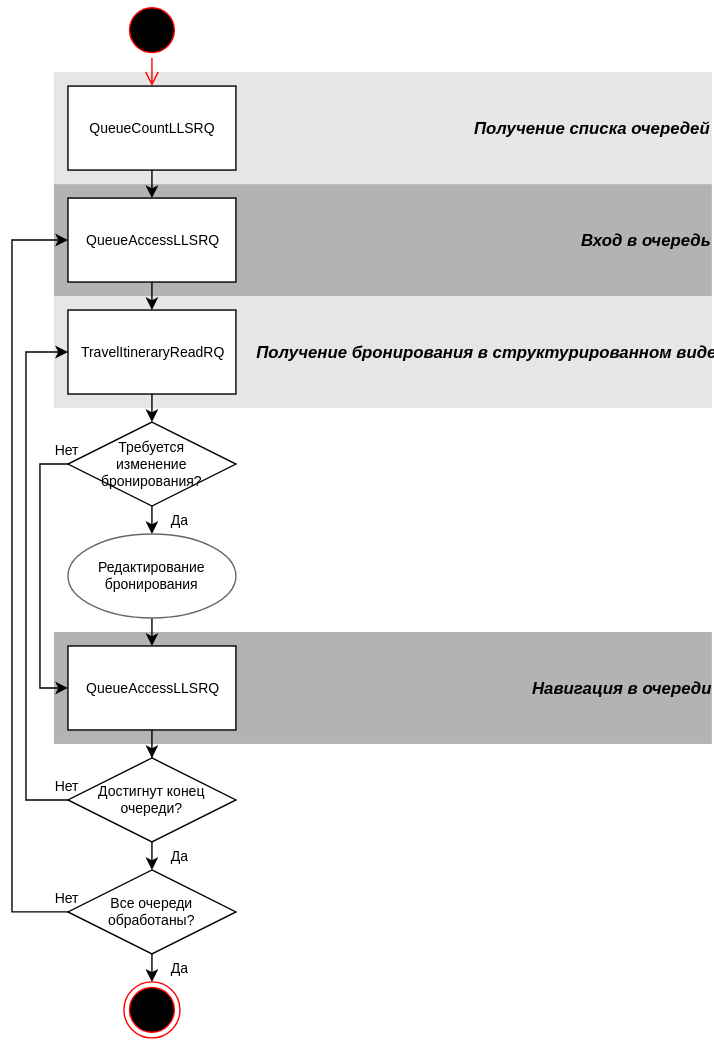
Earlier version of the draw.io export assets/svg/Queues/[RU]Queues-0[stateful].svg (andreypolyak/sabre-apis-ru). Source tidied: cells renumbered, new cells last; positions are measured from the earlier drawing's top-left corner, leaving out a move shared by most shapes. Source of this version:
```xml
<mxGraphModel background="#ffffff">
  <root>
    <mxCell id="0" />
    <mxCell id="1" parent="0" />
    <mxCell id="2" value="&lt;div style=&quot;text-align: right&quot;&gt;&lt;span style=&quot;font-size: 12px&quot;&gt;&lt;b&gt;&lt;i&gt;Вход в очередь&lt;/i&gt;&lt;/b&gt;&lt;/span&gt;&lt;/div&gt;" style="whiteSpace=wrap;html=1;fillColor=#B3B3B3;fontSize=10;strokeColor=none;align=right;" parent="1" vertex="1">
      <mxGeometry x="30" y="130" width="470" height="80" as="geometry" />
    </mxCell>
    <mxCell id="3" value="&lt;div style=&quot;text-align: right&quot;&gt;&lt;span&gt;&lt;b&gt;&lt;i&gt;&lt;font style=&quot;font-size: 12px&quot;&gt;Получение списка очередей&lt;/font&gt;&lt;/i&gt;&lt;/b&gt;&lt;/span&gt;&lt;br&gt;&lt;/div&gt;" style="whiteSpace=wrap;html=1;fillColor=#E6E6E6;fontSize=10;strokeColor=none;align=right;" parent="1" vertex="1">
      <mxGeometry x="30" y="50" width="470" height="80" as="geometry" />
    </mxCell>
    <mxCell id="4" value="&lt;div style=&quot;text-align: right&quot;&gt;&lt;span style=&quot;font-size: 12px&quot;&gt;&lt;b&gt;&lt;i&gt;Получение бронирования в структурированном виде&lt;/i&gt;&lt;/b&gt;&lt;/span&gt;&lt;/div&gt;" style="whiteSpace=wrap;html=1;fillColor=#E6E6E6;fontSize=10;strokeColor=none;align=right;" parent="1" vertex="1">
      <mxGeometry x="30" y="210" width="470" height="80" as="geometry" />
    </mxCell>
    <mxCell id="5" value="&lt;div style=&quot;text-align: right&quot;&gt;&lt;span style=&quot;font-size: 12px&quot;&gt;&lt;b&gt;&lt;i&gt;Навигация в очереди&lt;/i&gt;&lt;/b&gt;&lt;/span&gt;&lt;/div&gt;" style="whiteSpace=wrap;html=1;fillColor=#B3B3B3;fontSize=10;strokeColor=none;align=right;" parent="1" vertex="1">
      <mxGeometry x="30" y="450" width="470" height="80" as="geometry" />
    </mxCell>
    <mxCell id="6" style="edgeStyle=orthogonalEdgeStyle;rounded=0;html=1;exitX=0.5;exitY=1;entryX=0.5;entryY=0;labelBackgroundColor=none;startArrow=none;startFill=0;endArrow=classic;endFill=1;jettySize=auto;fontSize=8;fontColor=#000000;" parent="1" edge="1" source="7" target="9">
      <mxGeometry relative="1" as="geometry" />
    </mxCell>
    <mxCell id="7" value="QueueCountLLSRQ&lt;br&gt;" style="whiteSpace=wrap;html=1;rounded=0;fontSize=10;" parent="1" vertex="1">
      <mxGeometry x="40" y="60" width="120" height="60" as="geometry" />
    </mxCell>
    <mxCell id="8" style="edgeStyle=orthogonalEdgeStyle;rounded=0;html=1;exitX=0.5;exitY=1;entryX=0.5;entryY=0;labelBackgroundColor=none;startArrow=none;startFill=0;endArrow=classic;endFill=1;jettySize=auto;fontSize=8;fontColor=#000000;" parent="1" edge="1" source="9" target="11">
      <mxGeometry relative="1" as="geometry" />
    </mxCell>
    <mxCell id="9" value="QueueAccessLLSRQ&lt;br&gt;" style="whiteSpace=wrap;html=1;rounded=0;fontSize=10;" parent="1" vertex="1">
      <mxGeometry x="40" y="140" width="120" height="60" as="geometry" />
    </mxCell>
    <mxCell id="10" style="edgeStyle=orthogonalEdgeStyle;rounded=0;html=1;exitX=0.5;exitY=1;entryX=0.5;entryY=0;labelBackgroundColor=none;startArrow=none;startFill=0;endArrow=classic;endFill=1;jettySize=auto;fontSize=8;fontColor=#000000;" parent="1" edge="1" source="11" target="14">
      <mxGeometry relative="1" as="geometry" />
    </mxCell>
    <mxCell id="11" value="TravelItineraryReadRQ" style="whiteSpace=wrap;html=1;rounded=0;fontSize=10;" parent="1" vertex="1">
      <mxGeometry x="40" y="220" width="120" height="60" as="geometry" />
    </mxCell>
    <mxCell id="12" value="Да" style="edgeStyle=orthogonalEdgeStyle;rounded=0;html=1;exitX=0.5;exitY=1;entryX=0.5;entryY=0;labelBackgroundColor=none;startArrow=none;startFill=0;endArrow=classic;endFill=1;jettySize=auto;fontSize=10;fontColor=#000000;" parent="1" edge="1" source="14" target="16">
      <mxGeometry y="20" relative="1" as="geometry" />
    </mxCell>
    <mxCell id="13" value="&lt;font style=&quot;font-size: 10px;&quot;&gt;Нет&lt;/font&gt;" style="edgeStyle=orthogonalEdgeStyle;rounded=0;html=1;exitX=0;exitY=0.5;entryX=0;entryY=0.5;labelBackgroundColor=none;startArrow=none;startFill=0;endArrow=classic;endFill=1;jettySize=auto;fontSize=10;fontColor=#000000;" parent="1" edge="1" source="14" target="18">
      <mxGeometry x="-0.8" y="22" relative="1" as="geometry">
        <mxPoint x="-2" y="-10" as="offset" />
      </mxGeometry>
    </mxCell>
    <mxCell id="14" value="Требуется&lt;div&gt;изменение бронирования?&lt;/div&gt;" style="rhombus;whiteSpace=wrap;html=1;rounded=0;fontSize=10;" parent="1" vertex="1">
      <mxGeometry x="40" y="300" width="120" height="60" as="geometry" />
    </mxCell>
    <mxCell id="15" style="edgeStyle=orthogonalEdgeStyle;rounded=0;html=1;exitX=0.5;exitY=1;entryX=0.5;entryY=0;labelBackgroundColor=none;startArrow=none;startFill=0;endArrow=classic;endFill=1;jettySize=auto;fontSize=8;fontColor=#000000;" parent="1" edge="1" source="16" target="18">
      <mxGeometry relative="1" as="geometry" />
    </mxCell>
    <mxCell id="16" value="&lt;span&gt;&lt;font style=&quot;font-size: 10px&quot;&gt;Редактирование бронирования&lt;/font&gt;&lt;/span&gt;" style="ellipse;whiteSpace=wrap;html=1;strokeColor=#666666;fillColor=#FFFFFF;gradientColor=none;fontSize=8;fontColor=#000000;align=center;" parent="1" vertex="1">
      <mxGeometry x="40" y="380" width="120" height="60" as="geometry" />
    </mxCell>
    <mxCell id="17" style="edgeStyle=orthogonalEdgeStyle;rounded=0;html=1;exitX=0.5;exitY=1;labelBackgroundColor=none;startArrow=none;startFill=0;endArrow=classic;endFill=1;jettySize=auto;fontSize=8;fontColor=#000000;" parent="1" edge="1" source="18" target="21">
      <mxGeometry relative="1" as="geometry" />
    </mxCell>
    <mxCell id="18" value="QueueAccessLLSRQ" style="whiteSpace=wrap;html=1;rounded=0;fontSize=10;" parent="1" vertex="1">
      <mxGeometry x="40" y="460" width="120" height="60" as="geometry" />
    </mxCell>
    <mxCell id="19" value="Нет" style="edgeStyle=orthogonalEdgeStyle;rounded=0;html=1;exitX=0;exitY=0.5;entryX=0;entryY=0.5;labelBackgroundColor=none;startArrow=none;startFill=0;endArrow=classic;endFill=1;jettySize=auto;fontSize=10;fontColor=#000000;" parent="1" edge="1" source="21" target="11">
      <mxGeometry x="-0.79" y="-30" relative="1" as="geometry">
        <Array as="points">
          <mxPoint x="10" y="570" />
          <mxPoint x="10" y="250" />
        </Array>
      </mxGeometry>
    </mxCell>
    <mxCell id="20" value="Да" style="edgeStyle=orthogonalEdgeStyle;rounded=0;html=1;exitX=0.5;exitY=1;entryX=0.5;entryY=0;labelBackgroundColor=none;startArrow=none;startFill=0;endArrow=classic;endFill=1;jettySize=auto;fontSize=10;fontColor=#000000;" parent="1" edge="1" source="21" target="23">
      <mxGeometry y="20" relative="1" as="geometry" />
    </mxCell>
    <mxCell id="21" value="Достигнут конец очереди?" style="rhombus;whiteSpace=wrap;html=1;rounded=0;fontSize=10;" parent="1" vertex="1">
      <mxGeometry x="40" y="540" width="120" height="60" as="geometry" />
    </mxCell>
    <mxCell id="22" value="Нет" style="edgeStyle=orthogonalEdgeStyle;rounded=0;html=1;exitX=0;exitY=0.5;entryX=0;entryY=0.5;labelBackgroundColor=none;startArrow=none;startFill=0;endArrow=classic;endFill=1;jettySize=auto;fontSize=10;fontColor=#000000;" parent="1" edge="1" source="23" target="9">
      <mxGeometry x="-0.82" y="-40" relative="1" as="geometry">
        <Array as="points">
          <mxPoint y="650" />
          <mxPoint y="170" />
        </Array>
      </mxGeometry>
    </mxCell>
    <mxCell id="23" value="Все очереди обработаны?" style="rhombus;whiteSpace=wrap;html=1;rounded=0;fontSize=10;" parent="1" vertex="1">
      <mxGeometry x="40" y="620" width="120" height="60" as="geometry" />
    </mxCell>
    <mxCell id="24" style="ellipse;html=1;shape=endState;fillColor=#000000;strokeColor=#ff0000;rounded=0;fontSize=10;align=center;" parent="1" vertex="1">
      <mxGeometry x="80" y="700" width="40" height="40" as="geometry" />
    </mxCell>
    <mxCell id="25" value="Да" style="edgeStyle=orthogonalEdgeStyle;rounded=0;html=1;entryX=0.5;entryY=0;jettySize=auto;orthogonalLoop=1;exitX=0.5;exitY=1;fontSize=10;" parent="1" edge="1">
      <mxGeometry as="geometry">
        <mxPoint x="100" y="680" as="sourcePoint" />
        <mxPoint x="100" y="700" as="targetPoint" />
        <mxPoint x="20" as="offset" />
      </mxGeometry>
    </mxCell>
    <mxCell id="26" style="ellipse;html=1;shape=startState;fillColor=#000000;strokeColor=#ff0000;rounded=0;fontSize=10;align=center;" parent="1" vertex="1">
      <mxGeometry x="80" width="40" height="40" as="geometry" />
    </mxCell>
    <mxCell id="27" style="edgeStyle=orthogonalEdgeStyle;html=1;verticalAlign=bottom;endArrow=open;endSize=8;strokeColor=#ff0000;fontSize=10;" parent="1" edge="1" source="26">
      <mxGeometry x="360" y="160" as="geometry">
        <mxPoint x="100" y="60" as="targetPoint" />
      </mxGeometry>
    </mxCell>
  </root>
</mxGraphModel>
```
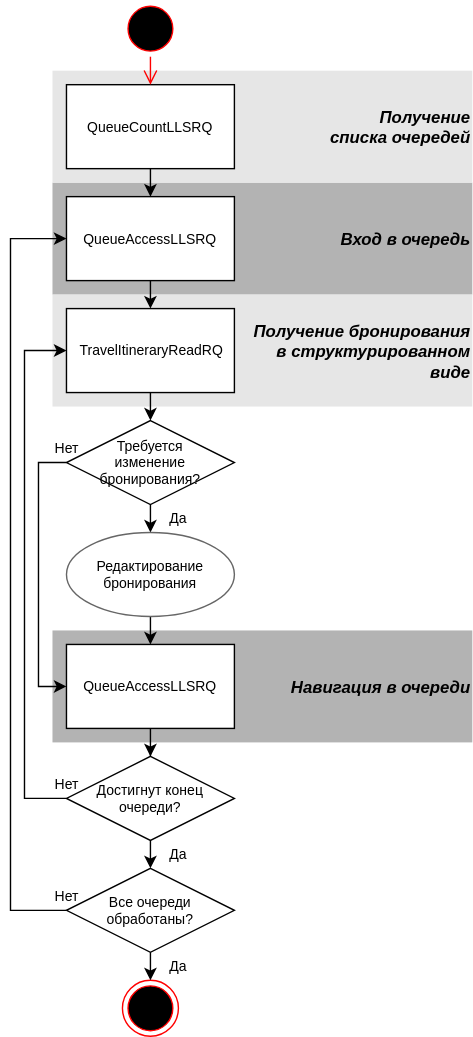
Above is the later version.

Change to the diagram source:
```diff
@@ -3,16 +3,16 @@
     <mxCell id="0" />
     <mxCell id="1" parent="0" />
     <mxCell id="2" value="&lt;div style=&quot;text-align: right&quot;&gt;&lt;span style=&quot;font-size: 12px&quot;&gt;&lt;b&gt;&lt;i&gt;Вход в очередь&lt;/i&gt;&lt;/b&gt;&lt;/span&gt;&lt;/div&gt;" style="whiteSpace=wrap;html=1;fillColor=#B3B3B3;fontSize=10;strokeColor=none;align=right;" parent="1" vertex="1">
-      <mxGeometry x="30" y="130" width="470" height="80" as="geometry" />
+      <mxGeometry x="30" y="130" width="300" height="80" as="geometry" />
     </mxCell>
-    <mxCell id="3" value="&lt;div style=&quot;text-align: right&quot;&gt;&lt;span&gt;&lt;b&gt;&lt;i&gt;&lt;font style=&quot;font-size: 12px&quot;&gt;Получение списка очередей&lt;/font&gt;&lt;/i&gt;&lt;/b&gt;&lt;/span&gt;&lt;br&gt;&lt;/div&gt;" style="whiteSpace=wrap;html=1;fillColor=#E6E6E6;fontSize=10;strokeColor=none;align=right;" parent="1" vertex="1">
-      <mxGeometry x="30" y="50" width="470" height="80" as="geometry" />
+    <mxCell id="3" value="&lt;div style=&quot;text-align: right&quot;&gt;&lt;span&gt;&lt;b&gt;&lt;i&gt;&lt;font style=&quot;font-size: 12px&quot;&gt;Получение&lt;/font&gt;&lt;/i&gt;&lt;/b&gt;&lt;/span&gt;&lt;/div&gt;&lt;div style=&quot;text-align: right&quot;&gt;&lt;span&gt;&lt;b&gt;&lt;i&gt;&lt;font style=&quot;font-size: 12px&quot;&gt;списка очередей&lt;/font&gt;&lt;/i&gt;&lt;/b&gt;&lt;/span&gt;&lt;br&gt;&lt;/div&gt;" style="whiteSpace=wrap;html=1;fillColor=#E6E6E6;fontSize=10;strokeColor=none;align=right;" parent="1" vertex="1">
+      <mxGeometry x="30" y="50" width="300" height="80" as="geometry" />
     </mxCell>
-    <mxCell id="4" value="&lt;div style=&quot;text-align: right&quot;&gt;&lt;span style=&quot;font-size: 12px&quot;&gt;&lt;b&gt;&lt;i&gt;Получение бронирования в структурированном виде&lt;/i&gt;&lt;/b&gt;&lt;/span&gt;&lt;/div&gt;" style="whiteSpace=wrap;html=1;fillColor=#E6E6E6;fontSize=10;strokeColor=none;align=right;" parent="1" vertex="1">
-      <mxGeometry x="30" y="210" width="470" height="80" as="geometry" />
+    <mxCell id="4" value="&lt;div style=&quot;text-align: right&quot;&gt;&lt;span style=&quot;font-size: 12px&quot;&gt;&lt;b&gt;&lt;i&gt;Получение бронирования&lt;/i&gt;&lt;/b&gt;&lt;/span&gt;&lt;/div&gt;&lt;div style=&quot;text-align: right&quot;&gt;&lt;span style=&quot;font-size: 12px&quot;&gt;&lt;b&gt;&lt;i&gt;в структурированном&lt;/i&gt;&lt;/b&gt;&lt;/span&gt;&lt;/div&gt;&lt;div style=&quot;text-align: right&quot;&gt;&lt;span style=&quot;font-size: 12px&quot;&gt;&lt;b&gt;&lt;i&gt;виде&lt;/i&gt;&lt;/b&gt;&lt;/span&gt;&lt;/div&gt;" style="whiteSpace=wrap;html=1;fillColor=#E6E6E6;fontSize=10;strokeColor=none;align=right;" parent="1" vertex="1">
+      <mxGeometry x="30" y="210" width="300" height="80" as="geometry" />
     </mxCell>
     <mxCell id="5" value="&lt;div style=&quot;text-align: right&quot;&gt;&lt;span style=&quot;font-size: 12px&quot;&gt;&lt;b&gt;&lt;i&gt;Навигация в очереди&lt;/i&gt;&lt;/b&gt;&lt;/span&gt;&lt;/div&gt;" style="whiteSpace=wrap;html=1;fillColor=#B3B3B3;fontSize=10;strokeColor=none;align=right;" parent="1" vertex="1">
-      <mxGeometry x="30" y="450" width="470" height="80" as="geometry" />
+      <mxGeometry x="30" y="450" width="300" height="80" as="geometry" />
     </mxCell>
     <mxCell id="6" style="edgeStyle=orthogonalEdgeStyle;rounded=0;html=1;exitX=0.5;exitY=1;entryX=0.5;entryY=0;labelBackgroundColor=none;startArrow=none;startFill=0;endArrow=classic;endFill=1;jettySize=auto;fontSize=8;fontColor=#000000;" parent="1" edge="1" source="7" target="9">
       <mxGeometry relative="1" as="geometry" />
```
